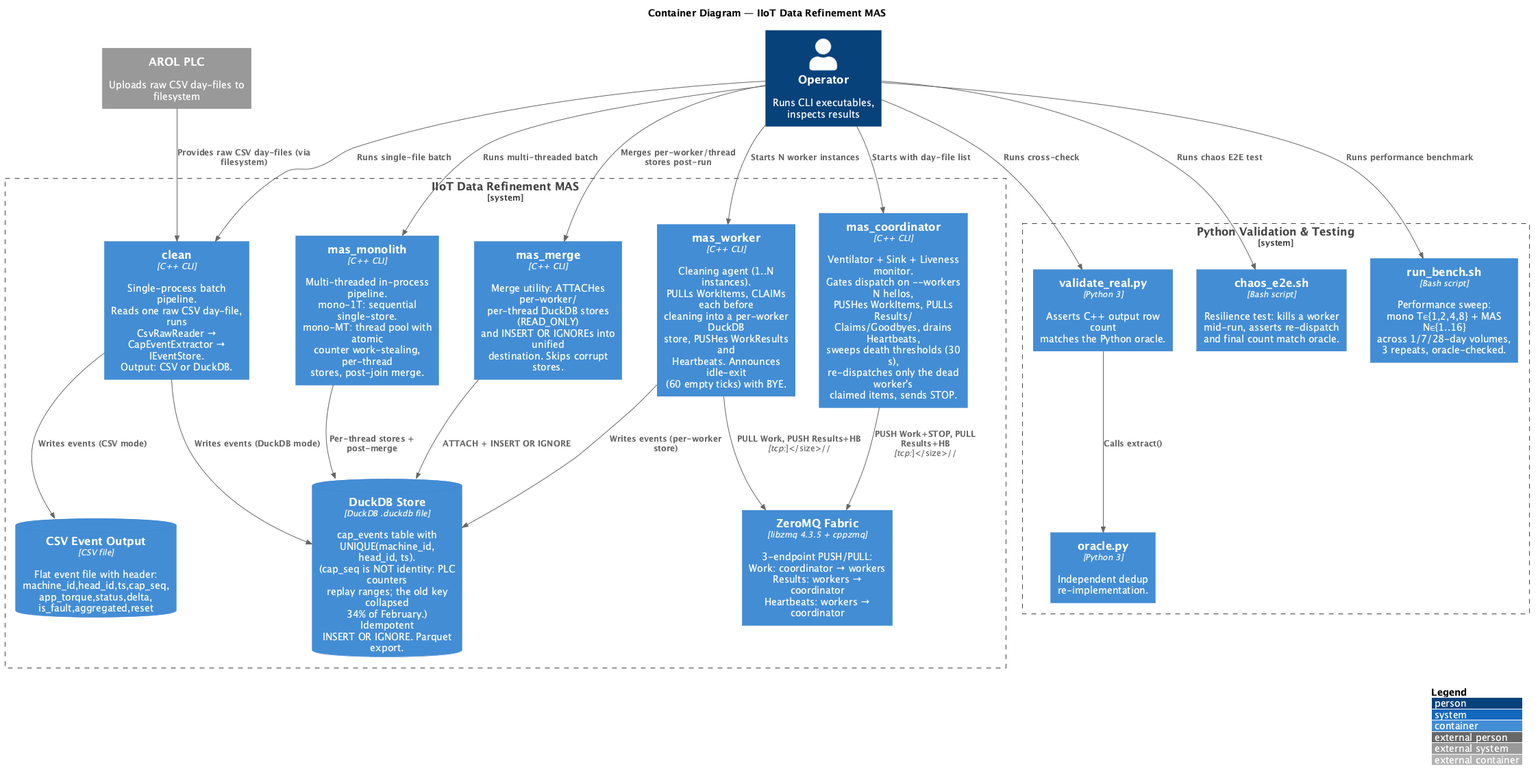
Above: docs/diagrams/C4_Container.png in Giuseppeclv008/QuerProjectQ3 (PlantUML), before the change.
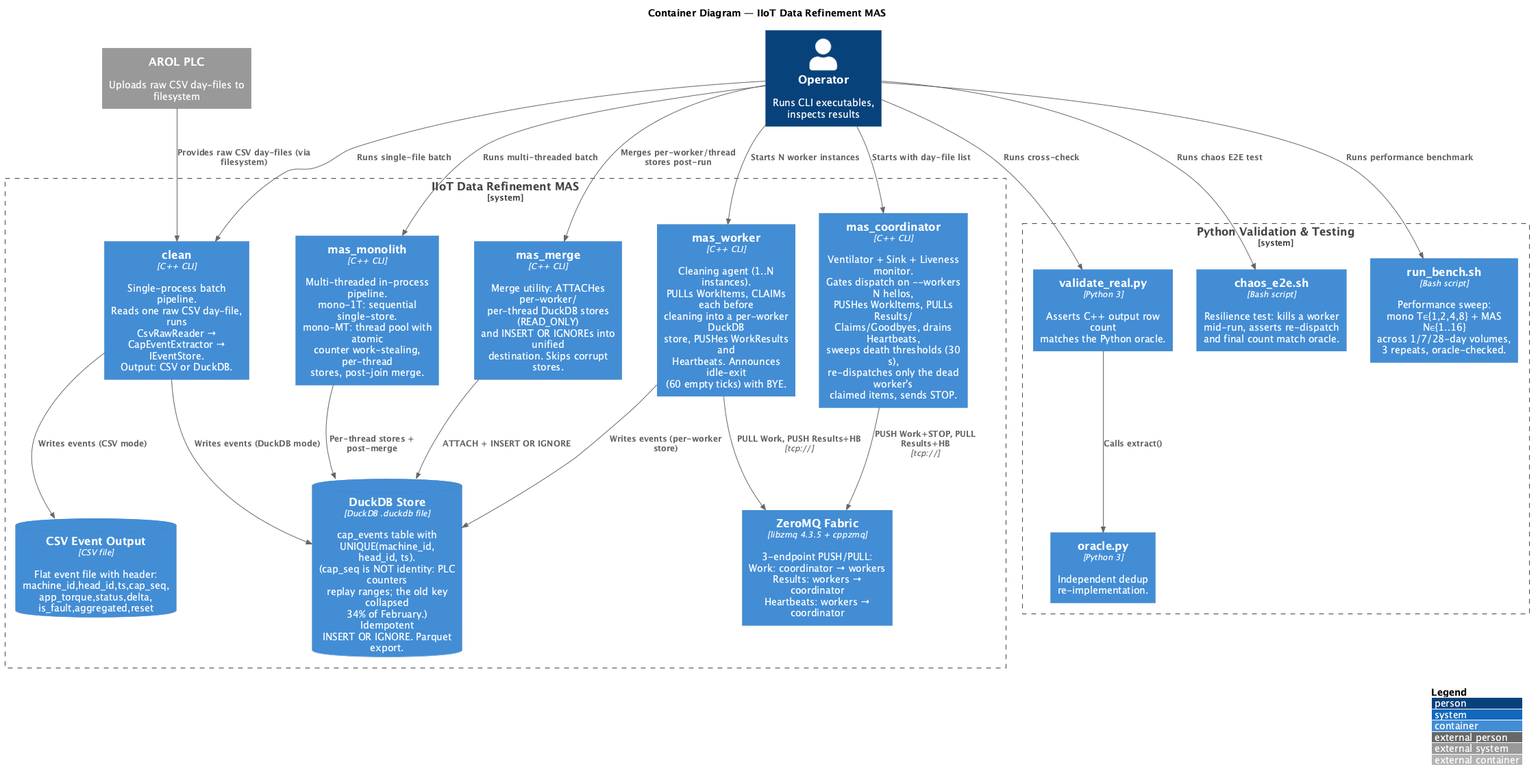
The same file after the commit.

Commit message:
fix(diagrams): the tcp scheme stops eating the size tag

PlantUML reads `//` as Creole italics, so the technology string "tcp://" on
the two ZeroMQ relations opened an italic span the C4 macro never closed: the
container diagram rendered the label as `[tcp:]</size>//` -- a raw markup tag
on a figure that is projected on slide 3. Escaped as `tcp:~//`, which renders
the scheme as written, and regenerated the PNG.

Diff of the diagram source:
```diff
@@ -40,8 +40,8 @@
 Rel(operator, worker, "Starts N worker instances")
 Rel(operator, merge, "Merges per-worker/thread stores post-run")
 
-Rel(coordinator, zmq, "PUSH Work+STOP, PULL Results+HB", "tcp://")
-Rel(worker, zmq, "PULL Work, PUSH Results+HB", "tcp://")
+Rel(coordinator, zmq, "PUSH Work+STOP, PULL Results+HB", "tcp:~//")
+Rel(worker, zmq, "PULL Work, PUSH Results+HB", "tcp:~//")
 Rel(clean, csv_out, "Writes events (CSV mode)")
 Rel(clean, duckdb, "Writes events (DuckDB mode)")
 Rel(monolith, duckdb, "Per-thread stores + post-merge")
```
